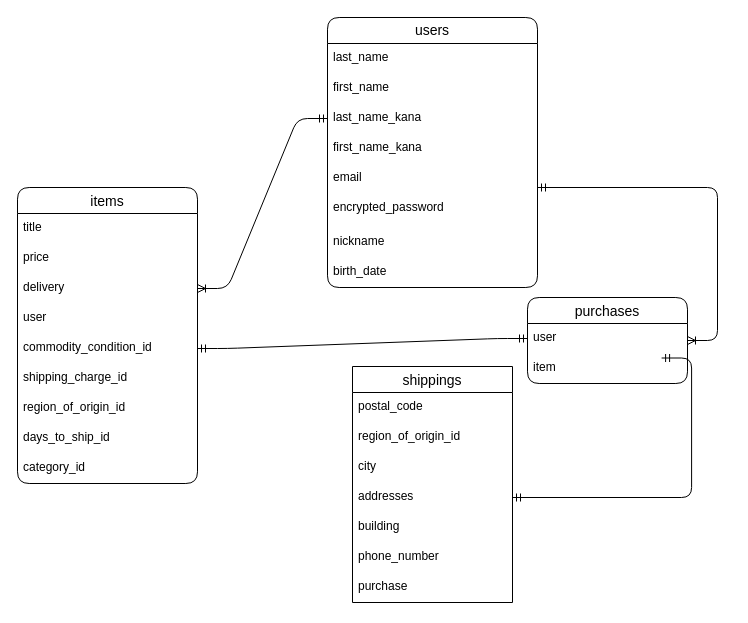
Above: furima.dio in suzukazu696969/furima-38767 (draw.io), before the change. Source tidied: cells renumbered, new cells numbered last; positions are measured from the earlier drawing's top-left corner, leaving out a move shared by most shapes. Both pictures are drawn from the tidied source at 100%, with x=0, y=0 at pixel (17, 17).
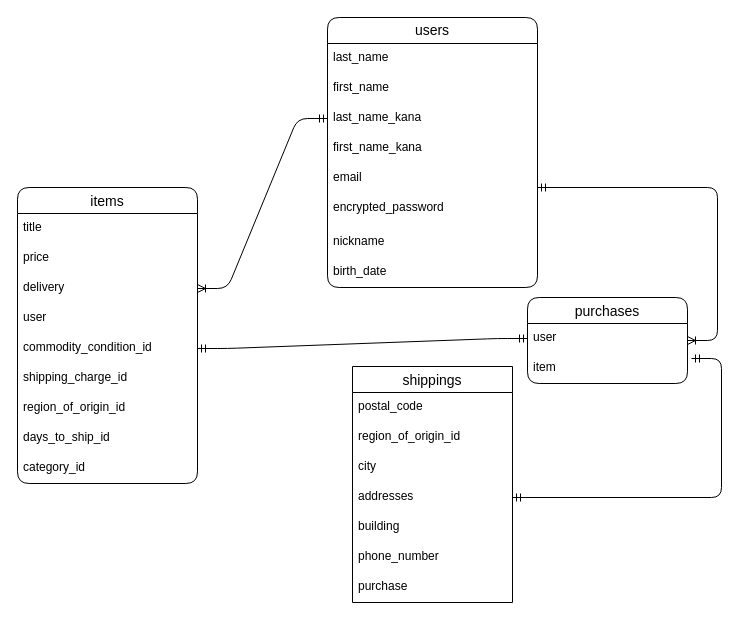
The same diagram, later.

Unchanged cells that the change refers to:
```xml
<mxCell id="19" value="addresses" style="text;strokeColor=none;fillColor=none;spacingLeft=4;spacingRight=4;overflow=hidden;points=[[0,0.5],[1,0.5]];portConstraint=eastwest;fontSize=12;" parent="15" vertex="1">
  <mxGeometry y="116" width="160" height="30" as="geometry" />
</mxCell>
```

Diff of the diagram source:
```diff
@@
-    <mxCell id="36" style="edgeStyle=entityRelationEdgeStyle;fontSize=12;html=1;endArrow=ERmandOne;startArrow=ERmandOne;entryX=1;entryY=0.5;entryDx=0;entryDy=0;exitX=0.838;exitY=1.15;exitDx=0;exitDy=0;exitPerimeter=0;" parent="1" edge="1" target="19">
+    <mxCell id="36" style="edgeStyle=entityRelationEdgeStyle;fontSize=12;html=1;endArrow=ERmandOne;startArrow=ERmandOne;entryX=1;entryY=0.5;entryDx=0;entryDy=0;" parent="1" edge="1" target="19">
       <mxGeometry relative="1" as="geometry">
-        <mxPoint x="644.1" y="340.5" as="sourcePoint" />
+        <mxPoint x="674" y="341" as="sourcePoint" />
       </mxGeometry>
     </mxCell>
```
